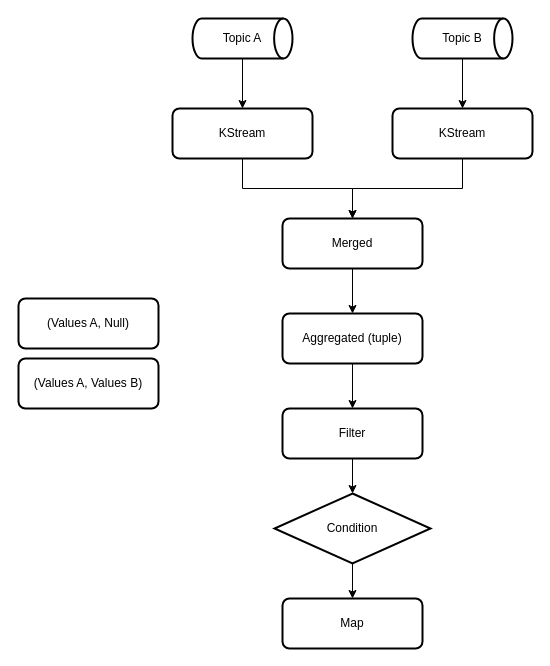
The draw.io diagram Kafka-Control.drawio in wunyu/drawio, before the edit. Source tidied: cells renumbered, new cells numbered last; positions are measured from the earlier drawing's top-left corner, leaving out a move shared by most shapes. Both pictures are drawn from the tidied source at 100%, with x=0, y=0 at pixel (18, 18).
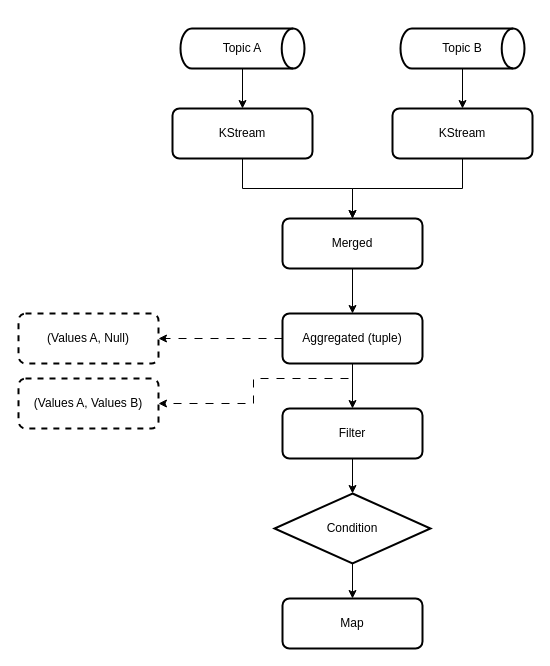
After the change.

The change refers to these unchanged cells:
```xml
<mxCell id="11" value="Aggregated (tuple)" style="rounded=1;whiteSpace=wrap;html=1;absoluteArcSize=1;arcSize=14;strokeWidth=2;" parent="1" vertex="1">
  <mxGeometry x="264" y="295" width="140" height="50" as="geometry" />
</mxCell>
<mxCell id="18" value="KStream" style="rounded=1;whiteSpace=wrap;html=1;absoluteArcSize=1;arcSize=14;strokeWidth=2;" parent="1" vertex="1">
  <mxGeometry x="154" y="90" width="140" height="50" as="geometry" />
</mxCell>
<mxCell id="20" value="KStream" style="rounded=1;whiteSpace=wrap;html=1;absoluteArcSize=1;arcSize=14;strokeWidth=2;" parent="1" vertex="1">
  <mxGeometry x="374" y="90" width="140" height="50" as="geometry" />
</mxCell>
```

Change to the diagram source:
```diff
@@
-    <mxCell id="2" style="edgeStyle=orthogonalEdgeStyle;rounded=0;jettySize=auto;html=1;" parent="1" edge="1" source="3" target="18">
-      <mxGeometry relative="1" as="geometry" />
-    </mxCell>
+    <mxCell id="21" style="edgeStyle=orthogonalEdgeStyle;rounded=0;jettySize=auto;html=1;" parent="1" edge="1" source="3" target="20">
+      <mxGeometry relative="1" as="geometry" />
+    </mxCell>
-    <mxCell id="3" value="Topic A" style="strokeWidth=2;html=1;shape=mxgraph.flowchart.direct_data;whiteSpace=wrap;" parent="1" vertex="1">
-      <mxGeometry x="174" width="100" height="40" as="geometry" />
+    <mxCell id="3" value="Topic B" style="strokeWidth=2;html=1;shape=mxgraph.flowchart.direct_data;whiteSpace=wrap;" parent="1" vertex="1">
+      <mxGeometry x="382" y="10" width="124" height="40" as="geometry" />
     </mxCell>
-    <mxCell id="4" style="edgeStyle=orthogonalEdgeStyle;rounded=0;jettySize=auto;html=1;" parent="1" edge="1" source="5" target="20">
-      <mxGeometry relative="1" as="geometry" />
-    </mxCell>
-    <mxCell id="5" value="Topic B" style="strokeWidth=2;html=1;shape=mxgraph.flowchart.direct_data;whiteSpace=wrap;" parent="1" vertex="1">
-      <mxGeometry x="394" width="100" height="40" as="geometry" />
-    </mxCell>
@@
+    <mxCell id="22" style="edgeStyle=orthogonalEdgeStyle;rounded=0;jettySize=auto;html=1;entryX=1;entryY=0.5;entryDx=0;entryDy=0;dashed=1;dashPattern=8 8;" parent="1" edge="1" source="11" target="15">
+      <mxGeometry relative="1" as="geometry" />
+    </mxCell>
@@
-    <mxCell id="15" value="(Values A, Null)" style="rounded=1;whiteSpace=wrap;html=1;absoluteArcSize=1;arcSize=14;strokeWidth=2;" parent="1" vertex="1">
-      <mxGeometry y="280" width="140" height="50" as="geometry" />
+    <mxCell id="15" value="(Values A, Null)" style="rounded=1;whiteSpace=wrap;html=1;absoluteArcSize=1;arcSize=14;strokeWidth=2;dashed=1;" parent="1" vertex="1">
+      <mxGeometry y="295" width="140" height="50" as="geometry" />
     </mxCell>
-    <mxCell id="16" value="(Values A, Values B)" style="rounded=1;whiteSpace=wrap;html=1;absoluteArcSize=1;arcSize=14;strokeWidth=2;" parent="1" vertex="1">
-      <mxGeometry y="340" width="140" height="50" as="geometry" />
+    <mxCell id="16" value="(Values A, Values B)" style="rounded=1;whiteSpace=wrap;html=1;absoluteArcSize=1;arcSize=14;strokeWidth=2;dashed=1;" parent="1" vertex="1">
+      <mxGeometry y="360" width="140" height="50" as="geometry" />
     </mxCell>
@@
+    <mxCell id="23" style="edgeStyle=orthogonalEdgeStyle;rounded=0;jettySize=auto;html=1;entryX=1;entryY=0.5;entryDx=0;entryDy=0;dashed=1;dashPattern=8 8;" parent="1" edge="1" target="16">
+      <mxGeometry relative="1" as="geometry">
+        <mxPoint x="330" y="360" as="sourcePoint" />
+        <Array as="points">
+          <mxPoint x="235" y="360" />
+          <mxPoint x="235" y="385" />
+        </Array>
+      </mxGeometry>
+    </mxCell>
+    <mxCell id="24" style="edgeStyle=orthogonalEdgeStyle;rounded=0;jettySize=auto;html=1;" parent="1" edge="1" source="25" target="18">
+      <mxGeometry relative="1" as="geometry" />
+    </mxCell>
+    <mxCell id="25" value="Topic A" style="strokeWidth=2;html=1;shape=mxgraph.flowchart.direct_data;whiteSpace=wrap;" parent="1" vertex="1">
+      <mxGeometry x="162" y="10" width="124" height="40" as="geometry" />
+    </mxCell>
```
